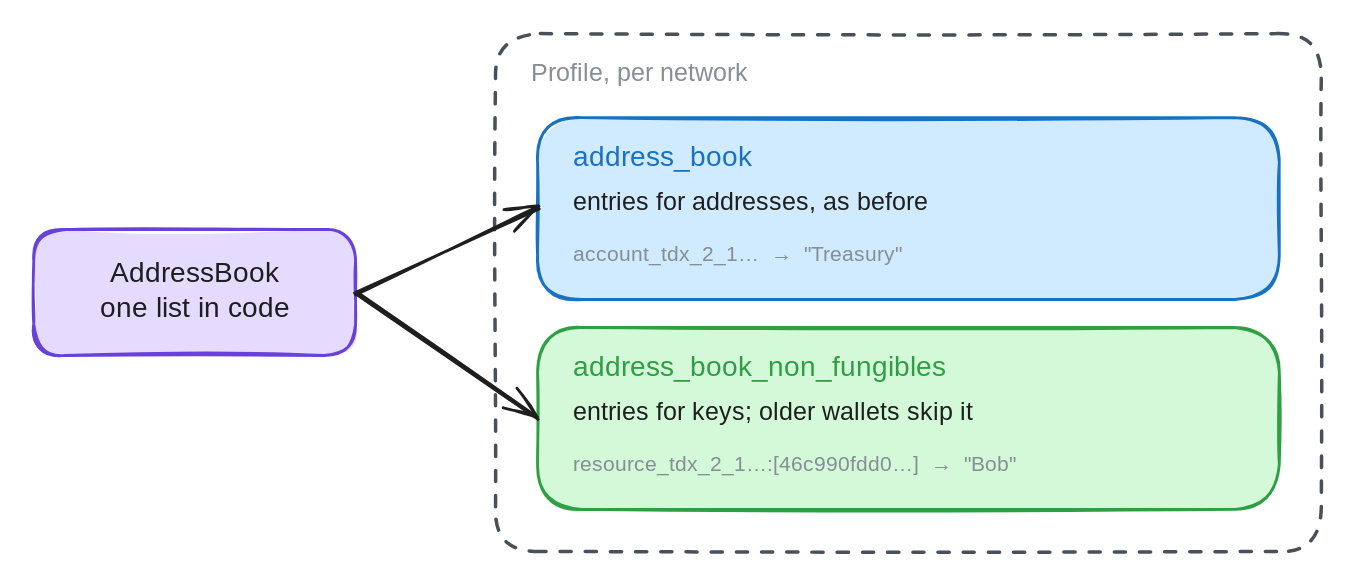
This is docs/shared-control-pre-authorization/address-book.svg from radixdlt/sargon, a Excalidraw export, as it was before one commit. Source tidied: one line per element, renumbered; positions are measured from the earlier drawing's top-left corner, leaving out a move shared by most shapes. Source of this version:
```json
{"id": 0, "type": "rectangle", "strokeColor": "#6741d9", "backgroundColor": "#e5dbff", "fillStyle": "solid", "strokeWidth": 2, "roughness": 1, "round": true, "x": 0, "y": 140, "width": 230, "height": 90}
{"id": 1, "type": "text", "text": "AddressBook\none list in code", "strokeColor": "#1e1e1e", "strokeWidth": 2, "roughness": 1, "fontSize": 20, "fontFamily": 5, "textAlign": "center", "verticalAlign": "middle", "inside": 0, "x": 41, "y": 160, "width": 149, "height": 50}
{"id": 2, "type": "rectangle", "strokeColor": "#495057", "strokeWidth": 2, "strokeStyle": "dashed", "roughness": 1, "round": true, "x": 330, "y": 0, "width": 590, "height": 370}
{"id": 3, "type": "text", "text": "Profile, per network", "strokeColor": "#868e96", "strokeWidth": 2, "roughness": 1, "fontSize": 18, "fontFamily": 5, "x": 355, "y": 18, "width": 173, "height": 22}
{"id": 4, "type": "rectangle", "strokeColor": "#1971c2", "backgroundColor": "#d0ebff", "fillStyle": "solid", "strokeWidth": 2, "roughness": 1, "round": true, "x": 360, "y": 60, "width": 530, "height": 130}
{"id": 5, "type": "text", "text": "address_book", "strokeColor": "#1971c2", "strokeWidth": 2, "roughness": 1, "fontSize": 20, "fontFamily": 3, "x": 385, "y": 76, "width": 141, "height": 24}
{"id": 6, "type": "text", "text": "entries for addresses, as before", "strokeColor": "#1e1e1e", "strokeWidth": 2, "roughness": 1, "fontSize": 18, "fontFamily": 5, "x": 385, "y": 110, "width": 286, "height": 22}
{"id": 7, "type": "text", "text": "account_tdx_2_1…  →  \"Treasury\"", "strokeColor": "#868e96", "strokeWidth": 2, "roughness": 1, "fontSize": 15, "fontFamily": 3, "x": 385, "y": 148, "width": 273, "height": 18}
{"id": 8, "type": "arrow", "strokeColor": "#1e1e1e", "strokeWidth": 2, "roughness": 1, "endArrowhead": "arrow", "round": true, "from": 0, "to": 4, "x": 230, "y": 185, "width": 130, "height": 60, "points": [[0, 0], [130, -60]]}
{"id": 9, "type": "rectangle", "strokeColor": "#2f9e44", "backgroundColor": "#d3f9d8", "fillStyle": "solid", "strokeWidth": 2, "roughness": 1, "round": true, "x": 360, "y": 210, "width": 530, "height": 130}
{"id": 10, "type": "text", "text": "address_book_non_fungibles", "strokeColor": "#2f9e44", "strokeWidth": 2, "roughness": 1, "fontSize": 20, "fontFamily": 3, "x": 385, "y": 226, "width": 305, "height": 24}
{"id": 11, "type": "text", "text": "entries for keys; older wallets skip it", "strokeColor": "#1e1e1e", "strokeWidth": 2, "roughness": 1, "fontSize": 18, "fontFamily": 5, "x": 385, "y": 260, "width": 325, "height": 22}
{"id": 12, "type": "text", "text": "resource_tdx_2_1…:[46c990fdd0…]  →  \"Bob\"", "strokeColor": "#868e96", "strokeWidth": 2, "roughness": 1, "fontSize": 15, "fontFamily": 3, "x": 385, "y": 298, "width": 361, "height": 18}
{"id": 13, "type": "arrow", "strokeColor": "#1e1e1e", "strokeWidth": 2, "roughness": 1, "endArrowhead": "arrow", "round": true, "from": 0, "to": 9, "x": 230, "y": 185, "width": 130, "height": 90, "points": [[0, 0], [130, 90]]}
```
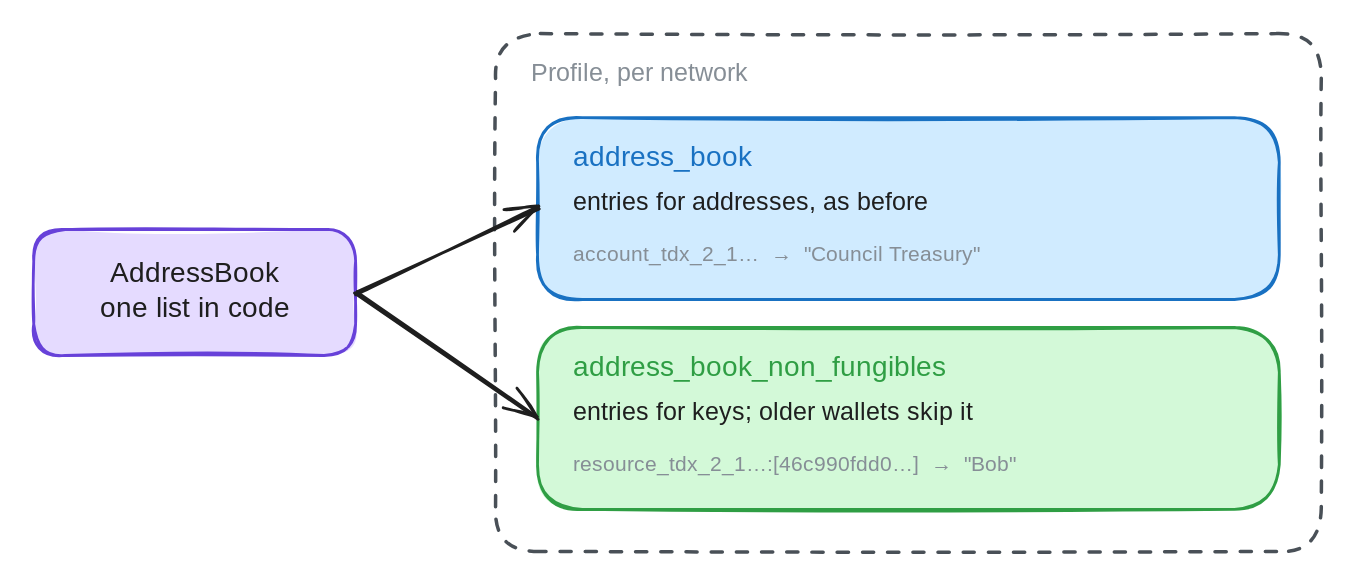
The same diagram one commit later.

What changed in the source:
```diff
@@ -5,7 +5,7 @@
 {"id": 4, "type": "rectangle", "strokeColor": "#1971c2", "backgroundColor": "#d0ebff", "fillStyle": "solid", "strokeWidth": 2, "roughness": 1, "round": true, "x": 360, "y": 60, "width": 530, "height": 130}
 {"id": 5, "type": "text", "text": "address_book", "strokeColor": "#1971c2", "strokeWidth": 2, "roughness": 1, "fontSize": 20, "fontFamily": 3, "x": 385, "y": 76, "width": 141, "height": 24}
 {"id": 6, "type": "text", "text": "entries for addresses, as before", "strokeColor": "#1e1e1e", "strokeWidth": 2, "roughness": 1, "fontSize": 18, "fontFamily": 5, "x": 385, "y": 110, "width": 286, "height": 22}
-{"id": 7, "type": "text", "text": "account_tdx_2_1…  →  \"Treasury\"", "strokeColor": "#868e96", "strokeWidth": 2, "roughness": 1, "fontSize": 15, "fontFamily": 3, "x": 385, "y": 148, "width": 273, "height": 18}
+{"id": 7, "type": "text", "text": "account_tdx_2_1…  →  \"Council Treasury\"", "strokeColor": "#868e96", "strokeWidth": 2, "roughness": 1, "fontSize": 15, "fontFamily": 3, "x": 385, "y": 148, "width": 343, "height": 18}
 {"id": 8, "type": "arrow", "strokeColor": "#1e1e1e", "strokeWidth": 2, "roughness": 1, "endArrowhead": "arrow", "round": true, "from": 0, "to": 4, "x": 230, "y": 185, "width": 130, "height": 60, "points": [[0, 0], [130, -60]]}
 {"id": 9, "type": "rectangle", "strokeColor": "#2f9e44", "backgroundColor": "#d3f9d8", "fillStyle": "solid", "strokeWidth": 2, "roughness": 1, "round": true, "x": 360, "y": 210, "width": 530, "height": 130}
 {"id": 10, "type": "text", "text": "address_book_non_fungibles", "strokeColor": "#2f9e44", "strokeWidth": 2, "roughness": 1, "fontSize": 20, "fontFamily": 3, "x": 385, "y": 226, "width": 305, "height": 24}
```
